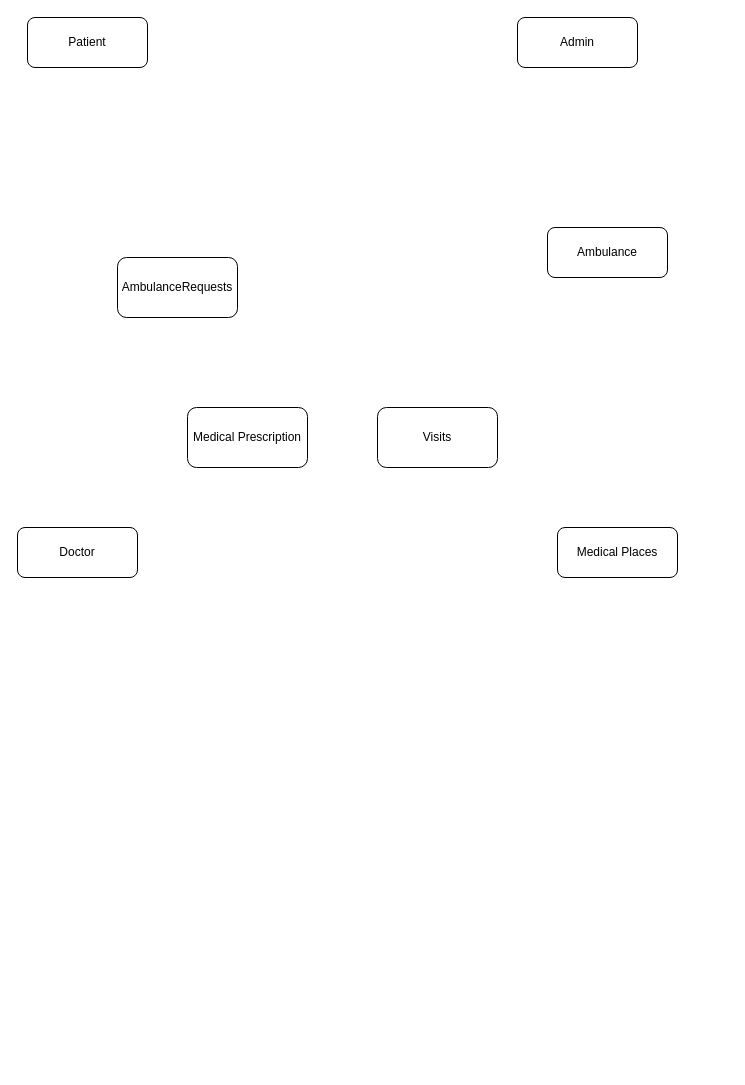
This is ERD.drawio from abdelrahmanbonna/Healthy_Shield_Analysis, a draw.io file, before an edit. Source tidied: cells renumbered, new cells numbered last; positions are measured from the earlier drawing's top-left corner, leaving out a move shared by most shapes. Both pictures are drawn from the tidied source at 100%, with x=0, y=0 at pixel (17, 17).
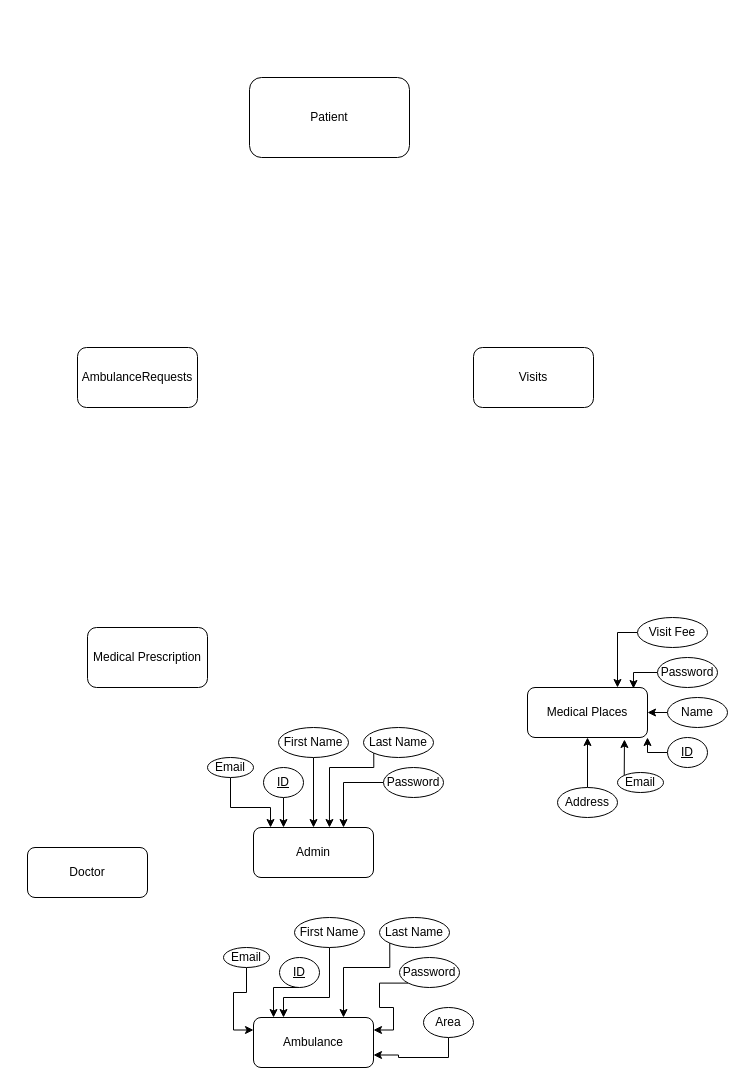
The same page after the edit.

The edit, as a diff of the source:
```diff
@@
     <mxCell id="2" value="Patient" style="rounded=1;whiteSpace=wrap;html=1;" parent="1" vertex="1">
-      <mxGeometry x="10" width="120" height="50" as="geometry" />
+      <mxGeometry x="232" y="60" width="160" height="80" as="geometry" />
     </mxCell>
     <mxCell id="3" value="Admin" style="rounded=1;whiteSpace=wrap;html=1;" parent="1" vertex="1">
-      <mxGeometry x="500" width="120" height="50" as="geometry" />
+      <mxGeometry x="236" y="810" width="120" height="50" as="geometry" />
     </mxCell>
     <mxCell id="4" value="Ambulance" style="rounded=1;whiteSpace=wrap;html=1;" parent="1" vertex="1">
-      <mxGeometry x="530" y="210" width="120" height="50" as="geometry" />
+      <mxGeometry x="236" y="1000" width="120" height="50" as="geometry" />
     </mxCell>
     <mxCell id="5" value="Doctor" style="rounded=1;whiteSpace=wrap;html=1;" parent="1" vertex="1">
-      <mxGeometry y="510" width="120" height="50" as="geometry" />
+      <mxGeometry x="10" y="830" width="120" height="50" as="geometry" />
     </mxCell>
     <mxCell id="6" value="Medical Places" style="rounded=1;whiteSpace=wrap;html=1;" parent="1" vertex="1">
-      <mxGeometry x="540" y="510" width="120" height="50" as="geometry" />
+      <mxGeometry x="510" y="670" width="120" height="50" as="geometry" />
     </mxCell>
     <mxCell id="7" value="AmbulanceRequests" style="rounded=1;whiteSpace=wrap;html=1;" parent="1" vertex="1">
-      <mxGeometry x="100" y="240" width="120" height="60" as="geometry" />
+      <mxGeometry x="60" y="330" width="120" height="60" as="geometry" />
     </mxCell>
     <mxCell id="8" value="Visits" style="rounded=1;whiteSpace=wrap;html=1;" parent="1" vertex="1">
-      <mxGeometry x="360" y="390" width="120" height="60" as="geometry" />
+      <mxGeometry x="456" y="330" width="120" height="60" as="geometry" />
     </mxCell>
     <mxCell id="9" value="Medical Prescription" style="rounded=1;whiteSpace=wrap;html=1;" parent="1" vertex="1">
-      <mxGeometry x="170" y="390" width="120" height="60" as="geometry" />
+      <mxGeometry x="70" y="610" width="120" height="60" as="geometry" />
     </mxCell>
+    <mxCell id="10" style="edgeStyle=orthogonalEdgeStyle;rounded=0;jettySize=auto;html=1;exitX=0.5;exitY=1;exitDx=0;exitDy=0;entryX=0.25;entryY=0;entryDx=0;entryDy=0;" parent="1" edge="1" source="11" target="3">
+      <mxGeometry relative="1" as="geometry" />
+    </mxCell>
+    <mxCell id="11" value="&lt;u&gt;ID&lt;/u&gt;" style="ellipse;whiteSpace=wrap;html=1;" parent="1" vertex="1">
+      <mxGeometry x="246" y="750" width="40" height="30" as="geometry" />
+    </mxCell>
+    <mxCell id="12" style="edgeStyle=orthogonalEdgeStyle;rounded=0;jettySize=auto;html=1;exitX=0.5;exitY=1;exitDx=0;exitDy=0;entryX=0.5;entryY=0;entryDx=0;entryDy=0;" parent="1" edge="1" source="13" target="3">
+      <mxGeometry relative="1" as="geometry" />
+    </mxCell>
+    <mxCell id="13" value="First Name" style="ellipse;whiteSpace=wrap;html=1;" parent="1" vertex="1">
+      <mxGeometry x="261" y="710" width="70" height="30" as="geometry" />
+    </mxCell>
+    <mxCell id="14" style="edgeStyle=orthogonalEdgeStyle;rounded=0;jettySize=auto;html=1;entryX=0.633;entryY=0;entryDx=0;entryDy=0;entryPerimeter=0;exitX=0;exitY=1;exitDx=0;exitDy=0;" parent="1" edge="1" source="15" target="3">
+      <mxGeometry relative="1" as="geometry">
+        <Array as="points">
+          <mxPoint x="356" y="750" />
+          <mxPoint x="312" y="750" />
+        </Array>
+      </mxGeometry>
+    </mxCell>
+    <mxCell id="15" value="Last Name" style="ellipse;whiteSpace=wrap;html=1;" parent="1" vertex="1">
+      <mxGeometry x="346" y="710" width="70" height="30" as="geometry" />
+    </mxCell>
+    <mxCell id="16" style="edgeStyle=orthogonalEdgeStyle;rounded=0;jettySize=auto;html=1;entryX=0.142;entryY=0;entryDx=0;entryDy=0;entryPerimeter=0;" parent="1" edge="1" source="17" target="3">
+      <mxGeometry relative="1" as="geometry">
+        <Array as="points">
+          <mxPoint x="213" y="790" />
+          <mxPoint x="253" y="790" />
+        </Array>
+      </mxGeometry>
+    </mxCell>
+    <mxCell id="17" value="Email" style="ellipse;whiteSpace=wrap;html=1;" parent="1" vertex="1">
+      <mxGeometry x="190" y="740" width="46" height="20" as="geometry" />
+    </mxCell>
+    <mxCell id="18" style="edgeStyle=orthogonalEdgeStyle;rounded=0;jettySize=auto;html=1;entryX=0.75;entryY=0;entryDx=0;entryDy=0;" parent="1" edge="1" source="19" target="3">
+      <mxGeometry relative="1" as="geometry" />
+    </mxCell>
+    <mxCell id="19" value="Password" style="ellipse;whiteSpace=wrap;html=1;" parent="1" vertex="1">
+      <mxGeometry x="366" y="750" width="60" height="30" as="geometry" />
+    </mxCell>
+    <mxCell id="20" style="edgeStyle=orthogonalEdgeStyle;rounded=0;jettySize=auto;html=1;exitX=0.5;exitY=1;exitDx=0;exitDy=0;entryX=0.167;entryY=0;entryDx=0;entryDy=0;entryPerimeter=0;" parent="1" edge="1" source="21" target="4">
+      <mxGeometry relative="1" as="geometry" />
+    </mxCell>
+    <mxCell id="21" value="&lt;u&gt;ID&lt;/u&gt;" style="ellipse;whiteSpace=wrap;html=1;" parent="1" vertex="1">
+      <mxGeometry x="262" y="940" width="40" height="30" as="geometry" />
+    </mxCell>
+    <mxCell id="22" style="edgeStyle=orthogonalEdgeStyle;rounded=0;jettySize=auto;html=1;entryX=0.25;entryY=0;entryDx=0;entryDy=0;" parent="1" edge="1" source="23" target="4">
+      <mxGeometry relative="1" as="geometry">
+        <Array as="points">
+          <mxPoint x="312" y="980" />
+          <mxPoint x="266" y="980" />
+        </Array>
+      </mxGeometry>
+    </mxCell>
+    <mxCell id="23" value="First Name" style="ellipse;whiteSpace=wrap;html=1;" parent="1" vertex="1">
+      <mxGeometry x="277" y="900" width="70" height="30" as="geometry" />
+    </mxCell>
+    <mxCell id="24" style="edgeStyle=orthogonalEdgeStyle;rounded=0;jettySize=auto;html=1;exitX=0;exitY=1;exitDx=0;exitDy=0;entryX=0.75;entryY=0;entryDx=0;entryDy=0;" parent="1" edge="1" source="25" target="4">
+      <mxGeometry relative="1" as="geometry">
+        <Array as="points">
+          <mxPoint x="372" y="950" />
+          <mxPoint x="326" y="950" />
+        </Array>
+      </mxGeometry>
+    </mxCell>
+    <mxCell id="25" value="Last Name" style="ellipse;whiteSpace=wrap;html=1;" parent="1" vertex="1">
+      <mxGeometry x="362" y="900" width="70" height="30" as="geometry" />
+    </mxCell>
+    <mxCell id="26" style="edgeStyle=orthogonalEdgeStyle;rounded=0;jettySize=auto;html=1;exitX=0.5;exitY=1;exitDx=0;exitDy=0;entryX=0;entryY=0.25;entryDx=0;entryDy=0;" parent="1" edge="1" source="27" target="4">
+      <mxGeometry relative="1" as="geometry" />
+    </mxCell>
+    <mxCell id="27" value="Email" style="ellipse;whiteSpace=wrap;html=1;" parent="1" vertex="1">
+      <mxGeometry x="206" y="930" width="46" height="20" as="geometry" />
+    </mxCell>
+    <mxCell id="28" style="edgeStyle=orthogonalEdgeStyle;rounded=0;jettySize=auto;html=1;exitX=0;exitY=1;exitDx=0;exitDy=0;entryX=1;entryY=0.25;entryDx=0;entryDy=0;" parent="1" edge="1" source="29" target="4">
+      <mxGeometry relative="1" as="geometry" />
+    </mxCell>
+    <mxCell id="29" value="Password" style="ellipse;whiteSpace=wrap;html=1;" parent="1" vertex="1">
+      <mxGeometry x="382" y="940" width="60" height="30" as="geometry" />
+    </mxCell>
+    <mxCell id="30" style="edgeStyle=orthogonalEdgeStyle;rounded=0;jettySize=auto;html=1;exitX=0.5;exitY=1;exitDx=0;exitDy=0;entryX=1;entryY=0.75;entryDx=0;entryDy=0;" parent="1" edge="1" source="31" target="4">
+      <mxGeometry relative="1" as="geometry" />
+    </mxCell>
+    <mxCell id="31" value="Area" style="ellipse;whiteSpace=wrap;html=1;" parent="1" vertex="1">
+      <mxGeometry x="406" y="990" width="50" height="30" as="geometry" />
+    </mxCell>
+    <mxCell id="32" style="edgeStyle=orthogonalEdgeStyle;rounded=0;jettySize=auto;html=1;exitX=0;exitY=0.5;exitDx=0;exitDy=0;entryX=1;entryY=1;entryDx=0;entryDy=0;" parent="1" edge="1" source="33" target="6">
+      <mxGeometry relative="1" as="geometry" />
+    </mxCell>
+    <mxCell id="33" value="&lt;u&gt;ID&lt;/u&gt;" style="ellipse;whiteSpace=wrap;html=1;" parent="1" vertex="1">
+      <mxGeometry x="650" y="720" width="40" height="30" as="geometry" />
+    </mxCell>
+    <mxCell id="34" style="edgeStyle=orthogonalEdgeStyle;rounded=0;jettySize=auto;html=1;exitX=0;exitY=0.5;exitDx=0;exitDy=0;entryX=1;entryY=0.5;entryDx=0;entryDy=0;" parent="1" edge="1" source="35" target="6">
+      <mxGeometry relative="1" as="geometry" />
+    </mxCell>
+    <mxCell id="35" value="Name" style="ellipse;whiteSpace=wrap;html=1;" parent="1" vertex="1">
+      <mxGeometry x="650" y="680" width="60" height="30" as="geometry" />
+    </mxCell>
+    <mxCell id="36" style="edgeStyle=orthogonalEdgeStyle;rounded=0;jettySize=auto;html=1;exitX=0;exitY=0.5;exitDx=0;exitDy=0;entryX=0.75;entryY=0;entryDx=0;entryDy=0;" parent="1" edge="1" source="37" target="6">
+      <mxGeometry relative="1" as="geometry" />
+    </mxCell>
+    <mxCell id="37" value="Visit Fee" style="ellipse;whiteSpace=wrap;html=1;" parent="1" vertex="1">
+      <mxGeometry x="620" y="600" width="70" height="30" as="geometry" />
+    </mxCell>
+    <mxCell id="38" style="edgeStyle=orthogonalEdgeStyle;rounded=0;jettySize=auto;html=1;exitX=0;exitY=0;exitDx=0;exitDy=0;entryX=0.808;entryY=1.04;entryDx=0;entryDy=0;entryPerimeter=0;" parent="1" edge="1" source="39" target="6">
+      <mxGeometry relative="1" as="geometry" />
+    </mxCell>
+    <mxCell id="39" value="Email" style="ellipse;whiteSpace=wrap;html=1;" parent="1" vertex="1">
+      <mxGeometry x="600" y="755" width="46" height="20" as="geometry" />
+    </mxCell>
+    <mxCell id="40" style="edgeStyle=orthogonalEdgeStyle;rounded=0;jettySize=auto;html=1;exitX=0;exitY=0.5;exitDx=0;exitDy=0;entryX=0.883;entryY=0.02;entryDx=0;entryDy=0;entryPerimeter=0;" parent="1" edge="1" source="41" target="6">
+      <mxGeometry relative="1" as="geometry" />
+    </mxCell>
+    <mxCell id="41" value="Password" style="ellipse;whiteSpace=wrap;html=1;" parent="1" vertex="1">
+      <mxGeometry x="640" y="640" width="60" height="30" as="geometry" />
+    </mxCell>
+    <mxCell id="42" style="edgeStyle=orthogonalEdgeStyle;rounded=0;jettySize=auto;html=1;exitX=0.5;exitY=0;exitDx=0;exitDy=0;entryX=0.5;entryY=1;entryDx=0;entryDy=0;" parent="1" edge="1" source="43" target="6">
+      <mxGeometry relative="1" as="geometry" />
+    </mxCell>
+    <mxCell id="43" value="Address" style="ellipse;whiteSpace=wrap;html=1;" parent="1" vertex="1">
+      <mxGeometry x="540" y="770" width="60" height="30" as="geometry" />
+    </mxCell>
```
